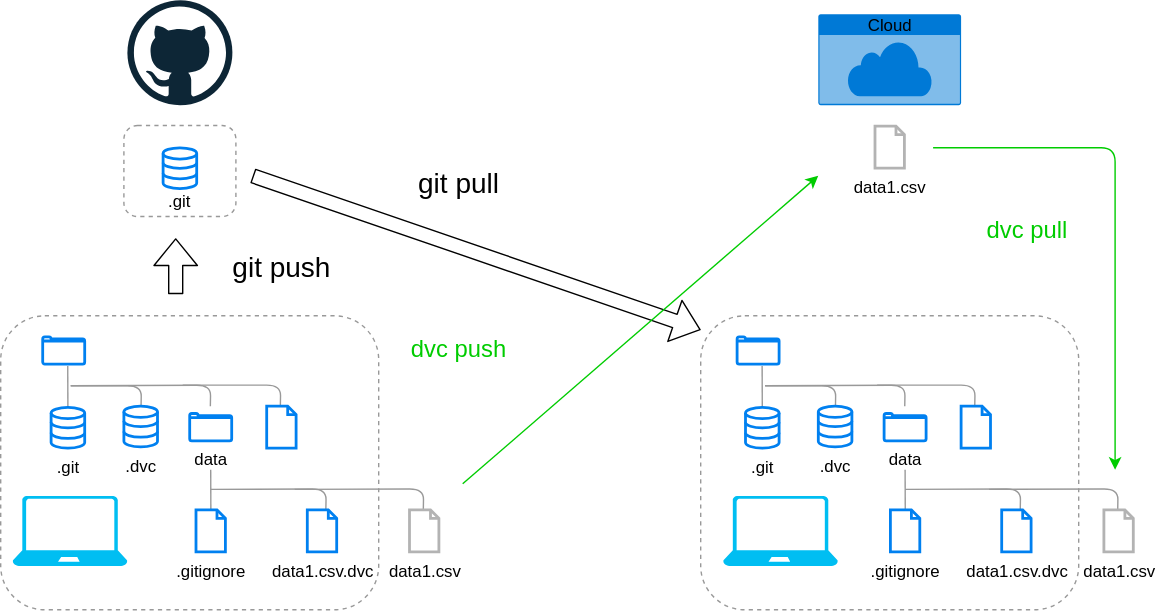
The draw.io diagram public/drawio/dvc.svg in kazuyanagimoto/github-workshop2022, before a commit. Source tidied: cells renumbered, new cells last; positions are measured from the earlier drawing's top-left corner, leaving out a move shared by most shapes. The source it was exported from:
```xml
<mxGraphModel>
  <root>
    <mxCell id="0" />
    <mxCell id="1" parent="0" />
    <mxCell id="2" style="html=1;verticalLabelPosition=bottom;align=center;labelBackgroundColor=#000000;verticalAlign=top;strokeWidth=2;strokeColor=#0080F0;shadow=0;dashed=0;shape=mxgraph.ios7.icons.folder;fontSize=16;fillColor=none;" parent="1" vertex="1">
      <mxGeometry x="30" y="240" width="30" height="19.5" as="geometry" />
    </mxCell>
    <mxCell id="3" style="endArrow=none;html=1;fontSize=16;entryX=0.596;entryY=1.071;entryDx=0;entryDy=0;entryPerimeter=0;strokeColor=#999999;" parent="1" edge="1" target="2">
      <mxGeometry relative="1" as="geometry">
        <mxPoint x="48" y="290" as="sourcePoint" />
      </mxGeometry>
    </mxCell>
    <mxCell id="4" style="endArrow=none;html=1;fontSize=16;strokeColor=#999999;" parent="1" edge="1">
      <mxGeometry relative="1" as="geometry">
        <mxPoint x="50" y="275" as="sourcePoint" />
        <mxPoint x="149.8" y="289.5" as="targetPoint" />
        <Array as="points">
          <mxPoint x="150" y="274.5" />
        </Array>
      </mxGeometry>
    </mxCell>
    <mxCell id="5" style="endArrow=none;html=1;fontSize=16;strokeColor=#999999;" parent="1" edge="1">
      <mxGeometry relative="1" as="geometry">
        <mxPoint x="130" y="274.5" as="sourcePoint" />
        <mxPoint x="199.8" y="289.5" as="targetPoint" />
        <Array as="points">
          <mxPoint x="200" y="274.5" />
        </Array>
      </mxGeometry>
    </mxCell>
    <mxCell id="6" style="html=1;verticalLabelPosition=bottom;align=center;labelBackgroundColor=none;verticalAlign=top;strokeWidth=2;strokeColor=#0080F0;shadow=0;dashed=0;shape=mxgraph.ios7.icons.document;fontSize=16;fillColor=none;fontColor=#000000;" parent="1" vertex="1">
      <mxGeometry x="190" y="289.5" width="21" height="30" as="geometry" />
    </mxCell>
    <mxCell id="7" value=".git" style="html=1;verticalLabelPosition=bottom;align=center;labelBackgroundColor=none;verticalAlign=top;strokeWidth=2;strokeColor=#0080F0;shadow=0;dashed=0;shape=mxgraph.ios7.icons.data;fillColor=none;fontColor=#000000;" parent="1" vertex="1">
      <mxGeometry x="36" y="290.5" width="24" height="29.1" as="geometry" />
    </mxCell>
    <mxCell id="8" value="data" style="html=1;verticalLabelPosition=bottom;align=center;labelBackgroundColor=none;verticalAlign=top;strokeWidth=2;strokeColor=#0080F0;shadow=0;dashed=0;shape=mxgraph.ios7.icons.folder;fontSize=12;fillColor=none;fontColor=#000000;" parent="1" vertex="1">
      <mxGeometry x="135" y="294.8" width="30" height="19.5" as="geometry" />
    </mxCell>
    <mxCell id="9" style="rounded=1;whiteSpace=wrap;html=1;fontSize=16;strokeColor=#999999;dashed=1;fillColor=none;" parent="1" vertex="1">
      <mxGeometry x="88" y="89.1" width="80" height="65" as="geometry" />
    </mxCell>
    <mxCell id="10" style="html=1;verticalLabelPosition=bottom;align=center;labelBackgroundColor=none;verticalAlign=top;strokeWidth=2;strokeColor=#0080F0;shadow=0;dashed=0;shape=mxgraph.ios7.icons.data;fillColor=none;fontColor=#000000;" parent="1" vertex="1">
      <mxGeometry x="116" y="105" width="24" height="29.1" as="geometry" />
    </mxCell>
    <mxCell id="11" value=".git" style="text;html=1;strokeColor=none;fillColor=none;align=center;verticalAlign=middle;whiteSpace=wrap;rounded=0;" parent="1" vertex="1">
      <mxGeometry x="108" y="134.1" width="40" height="20" as="geometry" />
    </mxCell>
    <mxCell id="12" style="shape=flexArrow;endArrow=classic;html=1;fontColor=#000000;strokeColor=#000000;" parent="1" edge="1">
      <mxGeometry relative="1" as="geometry">
        <mxPoint x="125" y="209.5" as="sourcePoint" />
        <mxPoint x="125" y="169.5" as="targetPoint" />
      </mxGeometry>
    </mxCell>
    <mxCell id="13" value="git pull" style="text;html=1;strokeColor=none;fillColor=none;align=center;verticalAlign=middle;whiteSpace=wrap;rounded=0;fontSize=20;fontColor=#000000;" parent="1" vertex="1">
      <mxGeometry x="294.5" y="109.6" width="65" height="40" as="geometry" />
    </mxCell>
    <mxCell id="14" value="git push" style="text;html=1;strokeColor=none;fillColor=none;align=center;verticalAlign=middle;whiteSpace=wrap;rounded=0;fontSize=20;fontColor=#000000;" parent="1" vertex="1">
      <mxGeometry x="160.5" y="169.5" width="79.5" height="40" as="geometry" />
    </mxCell>
    <mxCell id="15" style="dashed=0;html=1;align=center;labelPosition=center;verticalLabelPosition=bottom;verticalAlign=top;shape=mxgraph.weblogos.github;fontSize=15;" parent="1" vertex="1">
      <mxGeometry x="90.5" y="-0.4" width="75" height="75" as="geometry" />
    </mxCell>
    <mxCell id="16" style="verticalLabelPosition=bottom;html=1;verticalAlign=top;align=center;strokeColor=none;fillColor=#00BEF2;shape=mxgraph.azure.laptop;fontSize=15;" parent="1" vertex="1">
      <mxGeometry x="8.5" y="353.7" width="82" height="50" as="geometry" />
    </mxCell>
    <mxCell id="17" style="endArrow=none;html=1;fontSize=16;strokeColor=#999999;" parent="1" edge="1">
      <mxGeometry relative="1" as="geometry">
        <mxPoint x="50" y="275" as="sourcePoint" />
        <mxPoint x="100.2" y="290" as="targetPoint" />
        <Array as="points">
          <mxPoint x="100.5" y="275" />
        </Array>
      </mxGeometry>
    </mxCell>
    <mxCell id="18" value=".dvc" style="html=1;verticalLabelPosition=bottom;align=center;labelBackgroundColor=none;verticalAlign=top;strokeWidth=2;strokeColor=#0080F0;shadow=0;dashed=0;shape=mxgraph.ios7.icons.data;fillColor=none;fontColor=#000000;" parent="1" vertex="1">
      <mxGeometry x="88" y="289.6" width="24" height="29.1" as="geometry" />
    </mxCell>
    <mxCell id="19" style="endArrow=none;html=1;fontSize=16;entryX=0.596;entryY=1.071;entryDx=0;entryDy=0;entryPerimeter=0;strokeColor=#999999;" parent="1" edge="1">
      <mxGeometry relative="1" as="geometry">
        <mxPoint x="150.1" y="364.1" as="sourcePoint" />
        <mxPoint x="150" y="335" as="targetPoint" />
      </mxGeometry>
    </mxCell>
    <mxCell id="20" style="endArrow=none;html=1;fontSize=16;strokeColor=#999999;" parent="1" edge="1">
      <mxGeometry relative="1" as="geometry">
        <mxPoint x="150" y="349" as="sourcePoint" />
        <mxPoint x="232.2" y="363.7" as="targetPoint" />
        <Array as="points">
          <mxPoint x="232.5" y="348.7" />
        </Array>
      </mxGeometry>
    </mxCell>
    <mxCell id="21" style="endArrow=none;html=1;fontSize=16;strokeColor=#999999;" parent="1" edge="1">
      <mxGeometry relative="1" as="geometry">
        <mxPoint x="210" y="349" as="sourcePoint" />
        <mxPoint x="301.9" y="363.7" as="targetPoint" />
        <Array as="points">
          <mxPoint x="302.1" y="348.7" />
        </Array>
      </mxGeometry>
    </mxCell>
    <mxCell id="22" value=".gitignore" style="html=1;verticalLabelPosition=bottom;align=center;labelBackgroundColor=none;verticalAlign=top;strokeWidth=2;strokeColor=#0080F0;shadow=0;dashed=0;shape=mxgraph.ios7.icons.document;fontSize=12;fillColor=none;fontColor=#000000;" parent="1" vertex="1">
      <mxGeometry x="139.5" y="363.7" width="21" height="30" as="geometry" />
    </mxCell>
    <mxCell id="23" value="data1.csv.dvc" style="html=1;verticalLabelPosition=bottom;align=center;labelBackgroundColor=none;verticalAlign=top;strokeWidth=2;strokeColor=#0080F0;shadow=0;dashed=0;shape=mxgraph.ios7.icons.document;fontSize=12;fillColor=none;fontColor=#000000;" parent="1" vertex="1">
      <mxGeometry x="219" y="363.7" width="21" height="30" as="geometry" />
    </mxCell>
    <mxCell id="24" value="data1.csv" style="html=1;verticalLabelPosition=bottom;align=center;labelBackgroundColor=none;verticalAlign=top;strokeWidth=2;shadow=0;dashed=0;shape=mxgraph.ios7.icons.document;fontSize=12;fillColor=none;strokeColor=#B3B3B3;fontColor=#000000;" parent="1" vertex="1">
      <mxGeometry x="292" y="363.7" width="21" height="30" as="geometry" />
    </mxCell>
    <mxCell id="25" style="rounded=1;whiteSpace=wrap;html=1;fontSize=16;strokeColor=#999999;dashed=1;fillColor=none;" parent="1" vertex="1">
      <mxGeometry y="225" width="270" height="210" as="geometry" />
    </mxCell>
    <mxCell id="26" style="html=1;verticalLabelPosition=bottom;align=center;labelBackgroundColor=#000000;verticalAlign=top;strokeWidth=2;strokeColor=#0080F0;shadow=0;dashed=0;shape=mxgraph.ios7.icons.folder;fontSize=16;fillColor=none;" parent="1" vertex="1">
      <mxGeometry x="526" y="240" width="30" height="19.5" as="geometry" />
    </mxCell>
    <mxCell id="27" style="endArrow=none;html=1;fontSize=16;entryX=0.596;entryY=1.071;entryDx=0;entryDy=0;entryPerimeter=0;strokeColor=#999999;" parent="1" edge="1" target="26">
      <mxGeometry relative="1" as="geometry">
        <mxPoint x="544" y="290" as="sourcePoint" />
      </mxGeometry>
    </mxCell>
    <mxCell id="28" style="endArrow=none;html=1;fontSize=16;strokeColor=#999999;" parent="1" edge="1">
      <mxGeometry relative="1" as="geometry">
        <mxPoint x="546" y="275" as="sourcePoint" />
        <mxPoint x="645.8" y="289.5" as="targetPoint" />
        <Array as="points">
          <mxPoint x="646" y="274.5" />
        </Array>
      </mxGeometry>
    </mxCell>
    <mxCell id="29" style="endArrow=none;html=1;fontSize=16;strokeColor=#999999;" parent="1" edge="1">
      <mxGeometry relative="1" as="geometry">
        <mxPoint x="626" y="274.5" as="sourcePoint" />
        <mxPoint x="695.8" y="289.5" as="targetPoint" />
        <Array as="points">
          <mxPoint x="696" y="274.5" />
        </Array>
      </mxGeometry>
    </mxCell>
    <mxCell id="30" style="html=1;verticalLabelPosition=bottom;align=center;labelBackgroundColor=none;verticalAlign=top;strokeWidth=2;strokeColor=#0080F0;shadow=0;dashed=0;shape=mxgraph.ios7.icons.document;fontSize=16;fillColor=none;fontColor=#000000;" parent="1" vertex="1">
      <mxGeometry x="686" y="289.5" width="21" height="30" as="geometry" />
    </mxCell>
    <mxCell id="31" value=".git" style="html=1;verticalLabelPosition=bottom;align=center;labelBackgroundColor=none;verticalAlign=top;strokeWidth=2;strokeColor=#0080F0;shadow=0;dashed=0;shape=mxgraph.ios7.icons.data;fillColor=none;fontColor=#000000;" parent="1" vertex="1">
      <mxGeometry x="532" y="290.5" width="24" height="29.1" as="geometry" />
    </mxCell>
    <mxCell id="32" value="data" style="html=1;verticalLabelPosition=bottom;align=center;labelBackgroundColor=none;verticalAlign=top;strokeWidth=2;strokeColor=#0080F0;shadow=0;dashed=0;shape=mxgraph.ios7.icons.folder;fontSize=12;fillColor=none;fontColor=#000000;" parent="1" vertex="1">
      <mxGeometry x="631" y="294.8" width="30" height="19.5" as="geometry" />
    </mxCell>
    <mxCell id="33" style="verticalLabelPosition=bottom;html=1;verticalAlign=top;align=center;strokeColor=none;fillColor=#00BEF2;shape=mxgraph.azure.laptop;fontSize=15;" parent="1" vertex="1">
      <mxGeometry x="516" y="353.7" width="82" height="50" as="geometry" />
    </mxCell>
    <mxCell id="34" style="endArrow=none;html=1;fontSize=16;strokeColor=#999999;" parent="1" edge="1">
      <mxGeometry relative="1" as="geometry">
        <mxPoint x="546" y="275" as="sourcePoint" />
        <mxPoint x="596.2" y="290" as="targetPoint" />
        <Array as="points">
          <mxPoint x="596.5" y="275" />
        </Array>
      </mxGeometry>
    </mxCell>
    <mxCell id="35" value=".dvc" style="html=1;verticalLabelPosition=bottom;align=center;labelBackgroundColor=none;verticalAlign=top;strokeWidth=2;strokeColor=#0080F0;shadow=0;dashed=0;shape=mxgraph.ios7.icons.data;fillColor=none;fontColor=#000000;" parent="1" vertex="1">
      <mxGeometry x="584" y="289.6" width="24" height="29.1" as="geometry" />
    </mxCell>
    <mxCell id="36" style="endArrow=none;html=1;fontSize=16;entryX=0.596;entryY=1.071;entryDx=0;entryDy=0;entryPerimeter=0;strokeColor=#999999;" parent="1" edge="1">
      <mxGeometry relative="1" as="geometry">
        <mxPoint x="646.1" y="364.1" as="sourcePoint" />
        <mxPoint x="646" y="335" as="targetPoint" />
      </mxGeometry>
    </mxCell>
    <mxCell id="37" style="endArrow=none;html=1;fontSize=16;strokeColor=#999999;" parent="1" edge="1">
      <mxGeometry relative="1" as="geometry">
        <mxPoint x="646" y="349" as="sourcePoint" />
        <mxPoint x="728.2" y="363.7" as="targetPoint" />
        <Array as="points">
          <mxPoint x="728.5" y="348.7" />
        </Array>
      </mxGeometry>
    </mxCell>
    <mxCell id="38" style="endArrow=none;html=1;fontSize=16;strokeColor=#999999;" parent="1" edge="1">
      <mxGeometry relative="1" as="geometry">
        <mxPoint x="706" y="349" as="sourcePoint" />
        <mxPoint x="797.9" y="363.7" as="targetPoint" />
        <Array as="points">
          <mxPoint x="798.1" y="348.7" />
        </Array>
      </mxGeometry>
    </mxCell>
    <mxCell id="39" value=".gitignore" style="html=1;verticalLabelPosition=bottom;align=center;labelBackgroundColor=none;verticalAlign=top;strokeWidth=2;strokeColor=#0080F0;shadow=0;dashed=0;shape=mxgraph.ios7.icons.document;fontSize=12;fillColor=none;fontColor=#000000;" parent="1" vertex="1">
      <mxGeometry x="635.5" y="363.7" width="21" height="30" as="geometry" />
    </mxCell>
    <mxCell id="40" value="data1.csv.dvc" style="html=1;verticalLabelPosition=bottom;align=center;labelBackgroundColor=none;verticalAlign=top;strokeWidth=2;strokeColor=#0080F0;shadow=0;dashed=0;shape=mxgraph.ios7.icons.document;fontSize=12;fillColor=none;fontColor=#000000;" parent="1" vertex="1">
      <mxGeometry x="715" y="363.7" width="21" height="30" as="geometry" />
    </mxCell>
    <mxCell id="41" value="data1.csv" style="html=1;verticalLabelPosition=bottom;align=center;labelBackgroundColor=none;verticalAlign=top;strokeWidth=2;shadow=0;dashed=0;shape=mxgraph.ios7.icons.document;fontSize=12;fillColor=none;strokeColor=#B3B3B3;fontColor=#000000;" parent="1" vertex="1">
      <mxGeometry x="788" y="363.7" width="21" height="30" as="geometry" />
    </mxCell>
    <mxCell id="42" style="rounded=1;whiteSpace=wrap;html=1;fontSize=16;strokeColor=#999999;dashed=1;fillColor=none;" parent="1" vertex="1">
      <mxGeometry x="500" y="225" width="270" height="210" as="geometry" />
    </mxCell>
    <mxCell id="43" value="Cloud" style="html=1;strokeColor=none;fillColor=#0079D6;labelPosition=center;verticalLabelPosition=middle;verticalAlign=top;align=center;fontSize=12;spacingTop=-6;fontColor=#000000;shape=mxgraph.sitemap.cloud;labelBackgroundColor=none;" parent="1" vertex="1">
      <mxGeometry x="584" y="9.6" width="102" height="65" as="geometry" />
    </mxCell>
    <mxCell id="44" value="data1.csv" style="html=1;verticalLabelPosition=bottom;align=center;labelBackgroundColor=none;verticalAlign=top;strokeWidth=2;shadow=0;dashed=0;shape=mxgraph.ios7.icons.document;fontSize=12;fillColor=none;strokeColor=#B3B3B3;fontColor=#000000;" parent="1" vertex="1">
      <mxGeometry x="624.5" y="89.6" width="21" height="30" as="geometry" />
    </mxCell>
    <mxCell id="45" style="shape=flexArrow;endArrow=classic;html=1;fontColor=#000000;strokeColor=#000000;" parent="1" edge="1">
      <mxGeometry relative="1" as="geometry">
        <mxPoint x="180" y="125" as="sourcePoint" />
        <mxPoint x="500" y="235" as="targetPoint" />
      </mxGeometry>
    </mxCell>
    <mxCell id="46" style="endArrow=classic;html=1;fontSize=12;strokeColor=#00CC00;" parent="1" edge="1">
      <mxGeometry relative="1" as="geometry">
        <mxPoint x="330" y="345" as="sourcePoint" />
        <mxPoint x="584" y="125" as="targetPoint" />
      </mxGeometry>
    </mxCell>
    <mxCell id="47" style="endArrow=classic;html=1;fontSize=12;strokeColor=#00CC00;" parent="1" edge="1">
      <mxGeometry relative="1" as="geometry">
        <mxPoint x="666" y="105" as="sourcePoint" />
        <mxPoint x="796" y="335" as="targetPoint" />
        <Array as="points">
          <mxPoint x="796" y="105" />
        </Array>
      </mxGeometry>
    </mxCell>
    <mxCell id="48" value="dvc push" style="text;html=1;strokeColor=none;fillColor=none;align=center;verticalAlign=middle;whiteSpace=wrap;rounded=0;labelBackgroundColor=none;fontSize=17;fontColor=#00CC00;" parent="1" vertex="1">
      <mxGeometry x="279.5" y="239.5" width="95" height="20" as="geometry" />
    </mxCell>
    <mxCell id="49" value="dvc pull" style="text;html=1;strokeColor=none;fillColor=none;align=center;verticalAlign=middle;whiteSpace=wrap;rounded=0;labelBackgroundColor=none;fontSize=17;fontColor=#00CC00;" parent="1" vertex="1">
      <mxGeometry x="686" y="155" width="95" height="20" as="geometry" />
    </mxCell>
  </root>
</mxGraphModel>
```
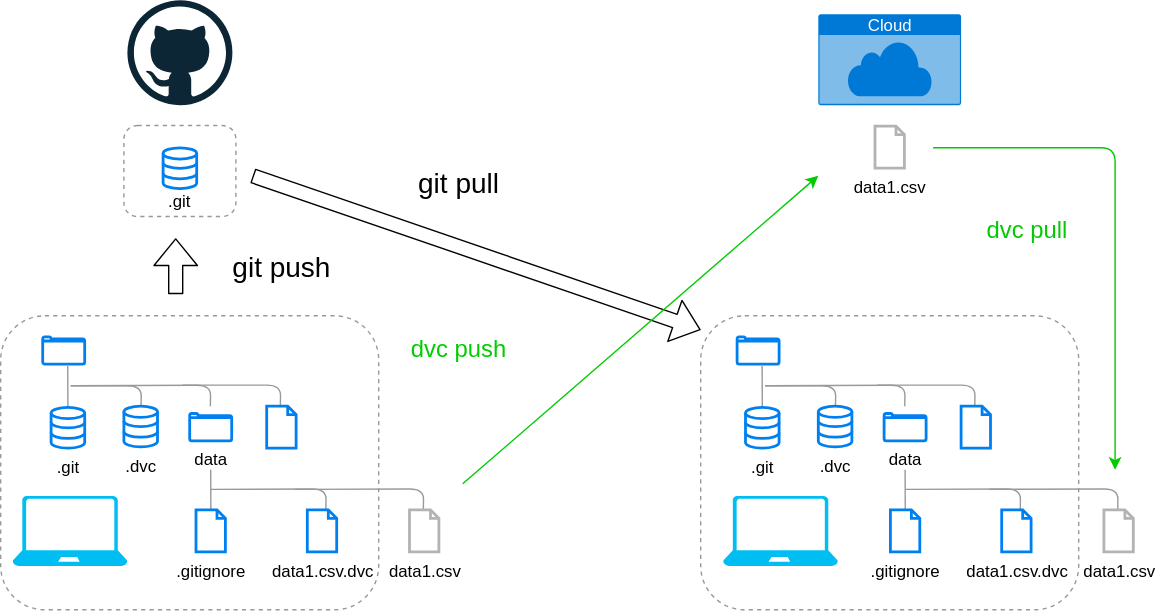
The same file after the commit.

What changed in the source:
```diff
@@ -198,7 +198,7 @@
     <mxCell id="42" style="rounded=1;whiteSpace=wrap;html=1;fontSize=16;strokeColor=#999999;dashed=1;fillColor=none;" parent="1" vertex="1">
       <mxGeometry x="500" y="225" width="270" height="210" as="geometry" />
     </mxCell>
-    <mxCell id="43" value="Cloud" style="html=1;strokeColor=none;fillColor=#0079D6;labelPosition=center;verticalLabelPosition=middle;verticalAlign=top;align=center;fontSize=12;spacingTop=-6;fontColor=#000000;shape=mxgraph.sitemap.cloud;labelBackgroundColor=none;" parent="1" vertex="1">
+    <mxCell id="43" value="&lt;font color=&quot;#ffffff&quot;&gt;Cloud&lt;/font&gt;" style="html=1;strokeColor=none;fillColor=#0079D6;labelPosition=center;verticalLabelPosition=middle;verticalAlign=top;align=center;fontSize=12;spacingTop=-6;fontColor=#000000;shape=mxgraph.sitemap.cloud;labelBackgroundColor=none;" parent="1" vertex="1">
       <mxGeometry x="584" y="9.6" width="102" height="65" as="geometry" />
     </mxCell>
     <mxCell id="44" value="data1.csv" style="html=1;verticalLabelPosition=bottom;align=center;labelBackgroundColor=none;verticalAlign=top;strokeWidth=2;shadow=0;dashed=0;shape=mxgraph.ios7.icons.document;fontSize=12;fillColor=none;strokeColor=#B3B3B3;fontColor=#000000;" parent="1" vertex="1">
```
